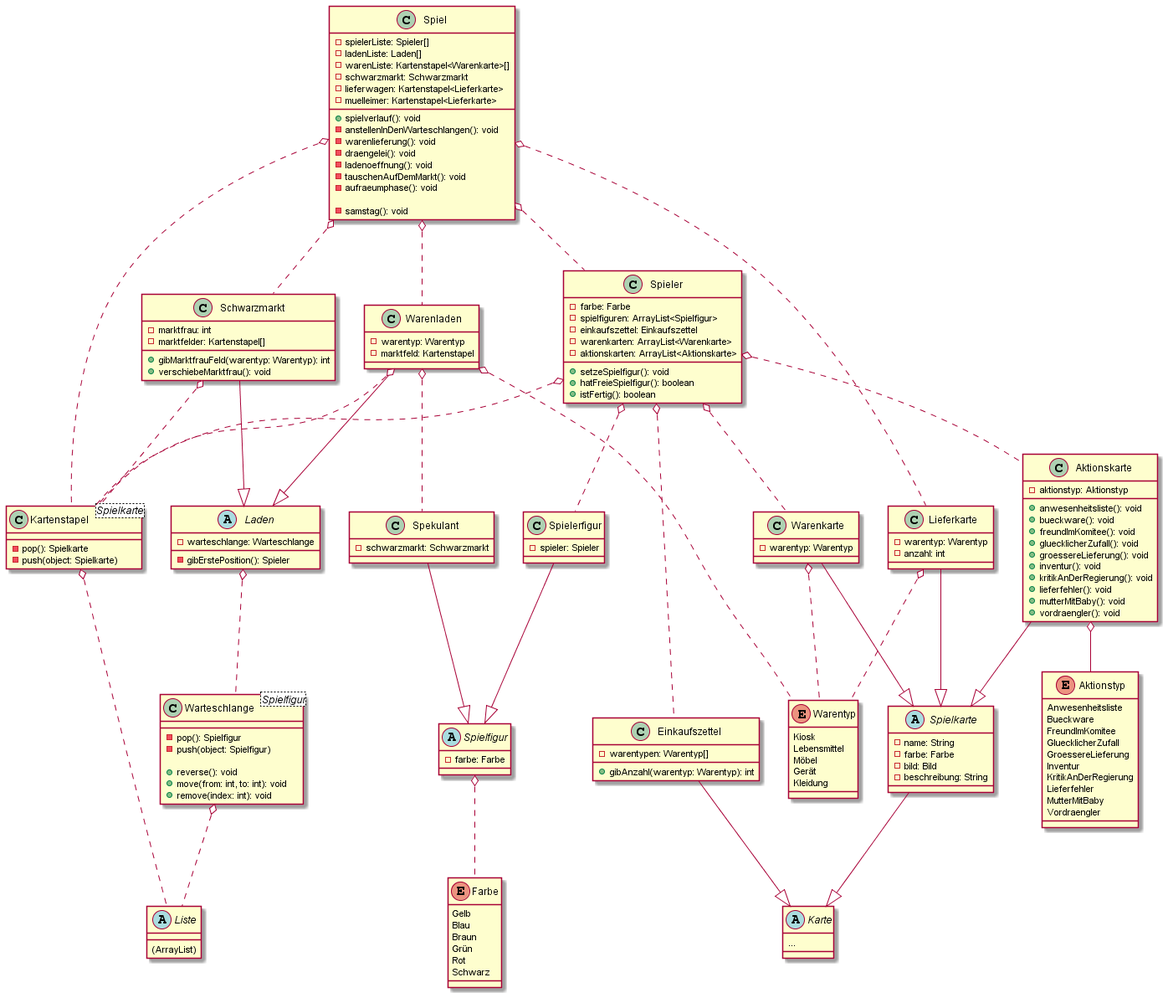
Above: docs/diagrams/out/classes/classes.png in Robintobin/Kolejka (PlantUML), before the change.
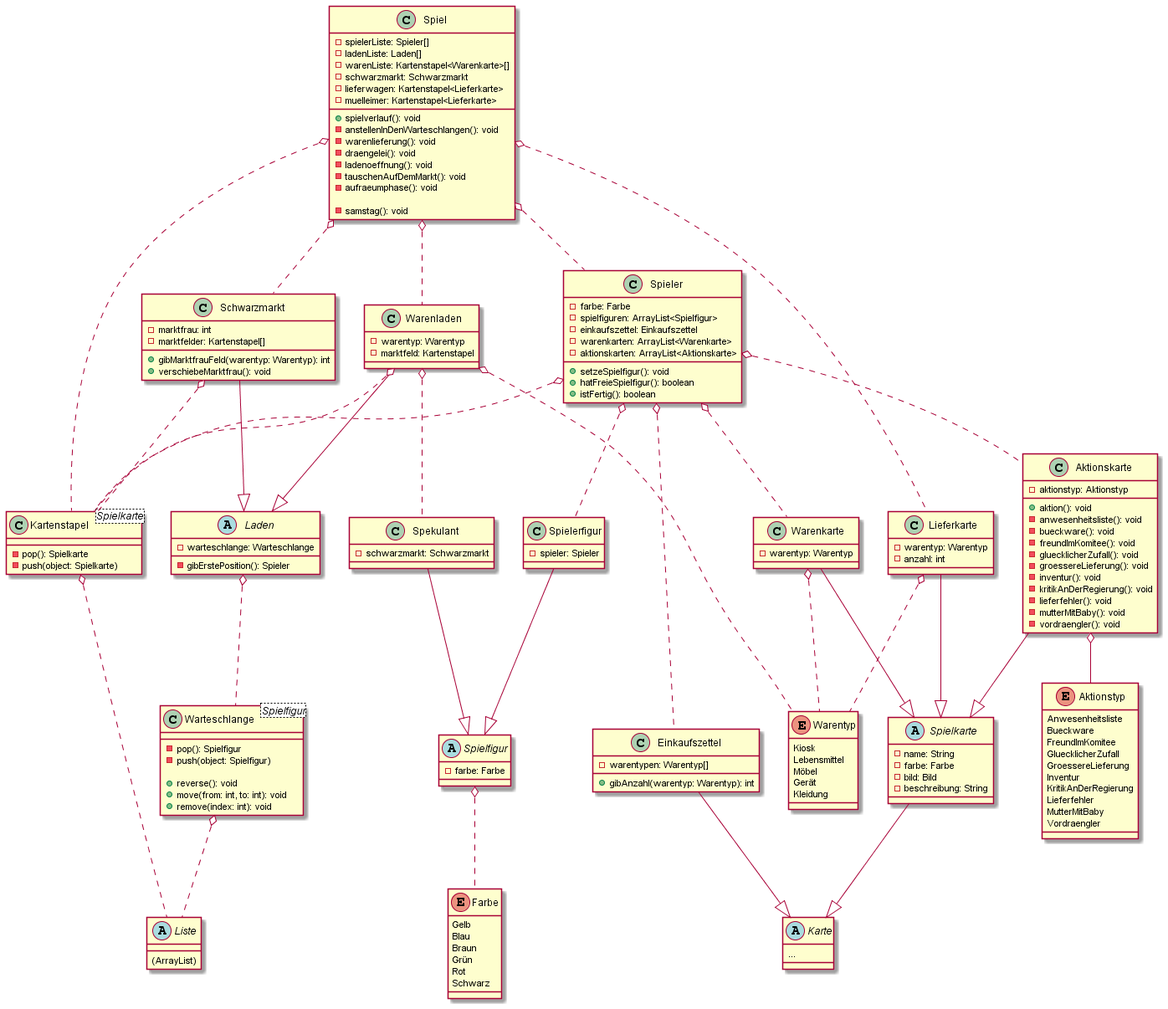
The same file after the commit.

Commit message:
Update UML-Diagram Classes

Diff of the diagram source:
```diff
@@ -78,16 +78,17 @@
 class Aktionskarte {
     -aktionstyp: Aktionstyp
 
-    +anwesenheitsliste(): void
-    +bueckware(): void
-    +freundImKomitee(): void
-    +gluecklicherZufall(): void
-    +groessereLieferung(): void
-    +inventur(): void
-    +kritikAnDerRegierung(): void
-    +lieferfehler(): void
-    +mutterMitBaby(): void
-    +vordraengler(): void
+    +aktion(): void
+    -anwesenheitsliste(): void
+    -bueckware(): void
+    -freundImKomitee(): void
+    -gluecklicherZufall(): void
+    -groessereLieferung(): void
+    -inventur(): void
+    -kritikAnDerRegierung(): void
+    -lieferfehler(): void
+    -mutterMitBaby(): void
+    -vordraengler(): void
 }
 abstract class Laden {
     -warteschlange: Warteschlange
@@ -96,7 +97,6 @@
 class Warenladen {
     -warentyp: Warentyp
     -marktfeld: Kartenstapel
-
 }
 class Schwarzmarkt {
     -marktfrau: int
```
